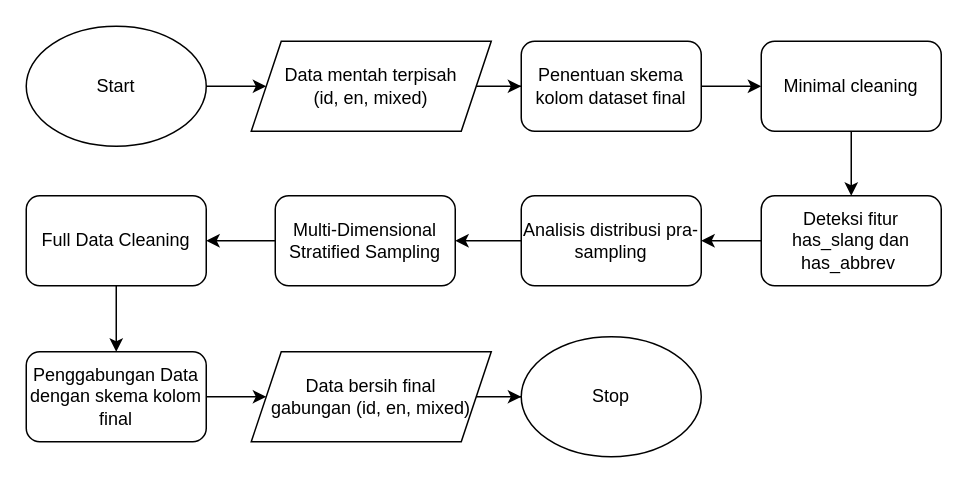
This is page "Pra-pemrosesan" (2 of 6) of thesis_flowchart.drawio from Jacksonciek/thesis-diagram, a draw.io file, before an edit. Source tidied: cells renumbered, new cells numbered last; positions are measured from the earlier drawing's top-left corner, leaving out a move shared by most shapes. Both pictures are drawn from the tidied source at 150%, with x=0, y=0 at pixel (26, 26).
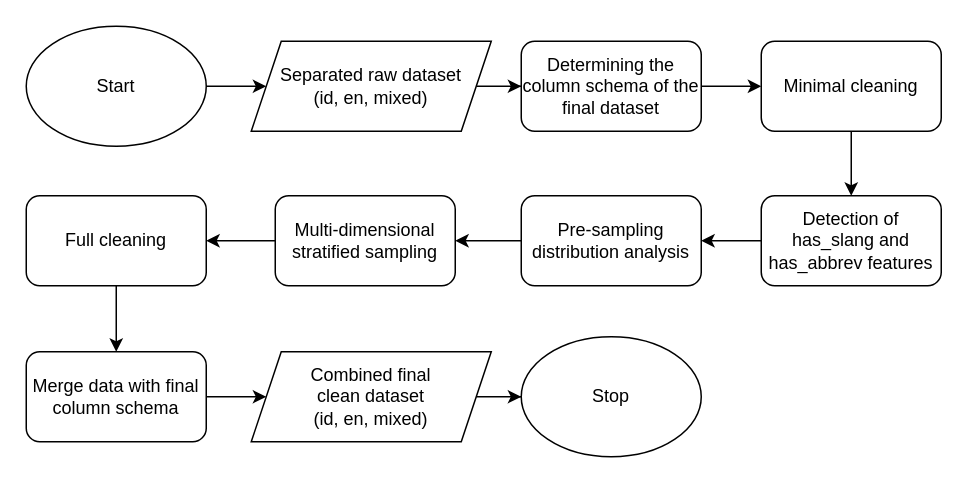
After the change.

Change to the diagram source:
```diff
@@
-    <mxCell id="7" value="Deteksi fitur has_slang dan has_abbrev&amp;nbsp;" style="rounded=1;whiteSpace=wrap;html=1;" parent="1" vertex="1">
+    <mxCell id="7" value="Detection of has_slang and has_abbrev features" style="rounded=1;whiteSpace=wrap;html=1;" parent="1" vertex="1">
       <mxGeometry x="490" y="113" width="120" height="60" as="geometry" />
     </mxCell>
@@
-    <mxCell id="9" value="Analisis distribusi pra-sampling" style="rounded=1;whiteSpace=wrap;html=1;" parent="1" vertex="1">
+    <mxCell id="9" value="Pre-sampling distribution analysis" style="rounded=1;whiteSpace=wrap;html=1;" parent="1" vertex="1">
       <mxGeometry x="330" y="113" width="120" height="60" as="geometry" />
     </mxCell>
@@
-    <mxCell id="11" value="Multi-Dimensional Stratified Sampling" style="rounded=1;whiteSpace=wrap;html=1;" parent="1" vertex="1">
+    <mxCell id="11" value="Multi-dimensional stratified sampling" style="rounded=1;whiteSpace=wrap;html=1;" parent="1" vertex="1">
       <mxGeometry x="166" y="113" width="120" height="60" as="geometry" />
     </mxCell>
@@
-    <mxCell id="13" value="Full Data Cleaning" style="rounded=1;whiteSpace=wrap;html=1;" parent="1" vertex="1">
+    <mxCell id="13" value="Full cleaning" style="rounded=1;whiteSpace=wrap;html=1;" parent="1" vertex="1">
       <mxGeometry y="113" width="120" height="60" as="geometry" />
     </mxCell>
@@
-    <mxCell id="16" value="Data mentah terpisah&lt;div&gt;(id, en, mixed)&lt;/div&gt;" style="shape=parallelogram;perimeter=parallelogramPerimeter;whiteSpace=wrap;html=1;fixedSize=1;" parent="1" vertex="1">
+    <mxCell id="16" value="Separated raw dataset&lt;div&gt;(id, en, mixed)&lt;/div&gt;" style="shape=parallelogram;perimeter=parallelogramPerimeter;whiteSpace=wrap;html=1;fixedSize=1;" parent="1" vertex="1">
       <mxGeometry x="150" y="10" width="160" height="60" as="geometry" />
     </mxCell>
@@
-    <mxCell id="18" value="Penentuan skema kolom dataset final" style="rounded=1;whiteSpace=wrap;html=1;" parent="1" vertex="1">
+    <mxCell id="18" value="Determining the column schema of the final dataset" style="rounded=1;whiteSpace=wrap;html=1;" parent="1" vertex="1">
       <mxGeometry x="330" y="10" width="120" height="60" as="geometry" />
     </mxCell>
@@
-    <mxCell id="20" value="Data bersih final&lt;div&gt;gabungan (id, en, mixed)&lt;/div&gt;" style="shape=parallelogram;perimeter=parallelogramPerimeter;whiteSpace=wrap;html=1;fixedSize=1;" parent="1" vertex="1">
+    <mxCell id="20" value="Combined final&lt;div&gt;clean dataset&lt;div&gt;(id, en, mixed)&lt;/div&gt;&lt;/div&gt;" style="shape=parallelogram;perimeter=parallelogramPerimeter;whiteSpace=wrap;html=1;fixedSize=1;" parent="1" vertex="1">
       <mxGeometry x="150" y="217" width="160" height="60" as="geometry" />
     </mxCell>
@@
-    <mxCell id="22" value="Penggabungan Data dengan skema kolom&lt;div&gt;final&lt;/div&gt;" style="rounded=1;whiteSpace=wrap;html=1;" parent="1" vertex="1">
+    <mxCell id="22" value="&lt;div&gt;Merge data with final column schema&lt;/div&gt;" style="rounded=1;whiteSpace=wrap;html=1;" parent="1" vertex="1">
       <mxGeometry y="217" width="120" height="60" as="geometry" />
     </mxCell>
```
